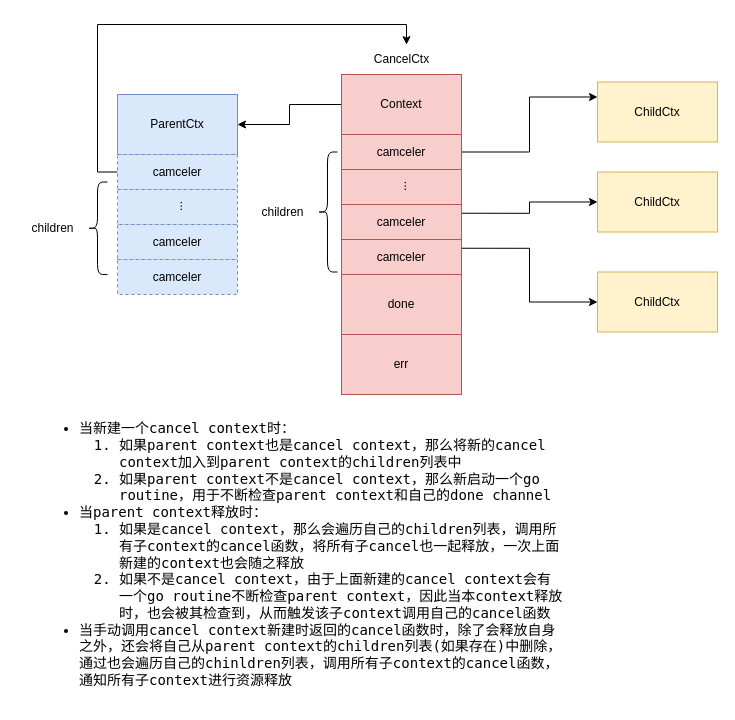
This is page "context" (4 of 4) of graph.drawio from XJT2976/codeAnalysisNote, a draw.io file, before an edit. Source tidied: cells renumbered, new cells numbered last; positions are measured from the earlier drawing's top-left corner, leaving out a move shared by most shapes. Both pictures are drawn from the tidied source at 100%, with x=0, y=0 at pixel (17, 44).
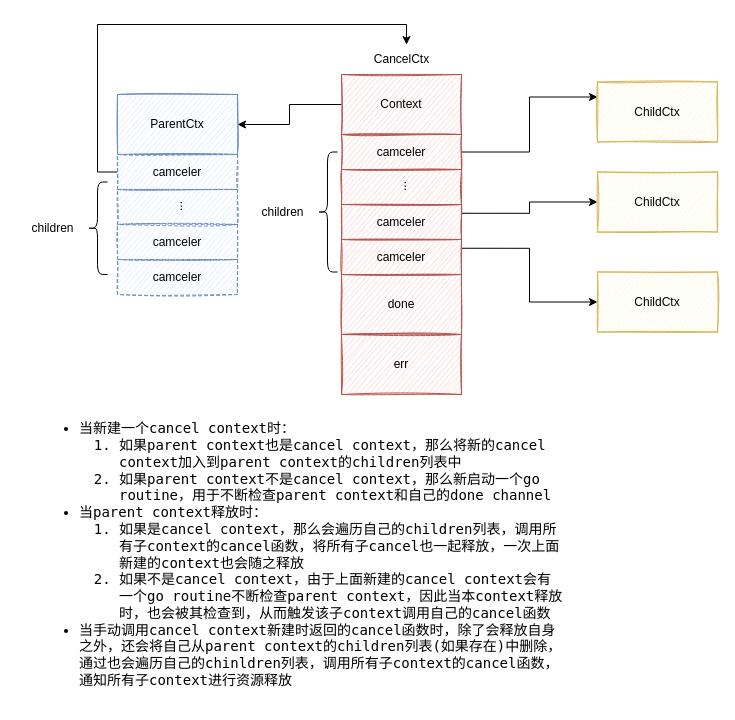
Above is the later version.

The edit, as a diff of the source:
```diff
@@
-    <mxCell id="3" value="Context" style="rounded=0;whiteSpace=wrap;html=1;fillColor=#f8cecc;strokeColor=#b85450;" parent="1" vertex="1">
+    <mxCell id="3" value="Context" style="rounded=0;whiteSpace=wrap;html=1;fillColor=#f8cecc;strokeColor=#b85450;sketch=1;" parent="1" vertex="1">
       <mxGeometry x="324" y="30" width="120" height="60" as="geometry" />
     </mxCell>
@@
-    <mxCell id="6" value="camceler" style="rounded=0;whiteSpace=wrap;html=1;fillColor=#f8cecc;strokeColor=#b85450;" parent="1" vertex="1">
+    <mxCell id="6" value="camceler" style="rounded=0;whiteSpace=wrap;html=1;fillColor=#f8cecc;strokeColor=#b85450;sketch=1;" parent="1" vertex="1">
       <mxGeometry x="324" y="90" width="120" height="35" as="geometry" />
     </mxCell>
@@
-    <mxCell id="8" value="camceler" style="rounded=0;whiteSpace=wrap;html=1;fillColor=#f8cecc;strokeColor=#b85450;" parent="1" vertex="1">
+    <mxCell id="8" value="camceler" style="rounded=0;whiteSpace=wrap;html=1;fillColor=#f8cecc;strokeColor=#b85450;sketch=1;" parent="1" vertex="1">
       <mxGeometry x="324" y="160" width="120" height="35" as="geometry" />
     </mxCell>
@@
-    <mxCell id="10" value="camceler" style="rounded=0;whiteSpace=wrap;html=1;fillColor=#f8cecc;strokeColor=#b85450;" parent="1" vertex="1">
+    <mxCell id="10" value="camceler" style="rounded=0;whiteSpace=wrap;html=1;fillColor=#f8cecc;strokeColor=#b85450;sketch=1;" parent="1" vertex="1">
       <mxGeometry x="324" y="195" width="120" height="35" as="geometry" />
     </mxCell>
-    <mxCell id="11" value="..." style="rounded=0;html=1;verticalAlign=middle;whiteSpace=wrap;fillColor=#f8cecc;strokeColor=#b85450;horizontal=0;" parent="1" vertex="1">
+    <mxCell id="11" value="..." style="rounded=0;html=1;verticalAlign=middle;whiteSpace=wrap;fillColor=#f8cecc;strokeColor=#b85450;horizontal=0;sketch=1;" parent="1" vertex="1">
       <mxGeometry x="324" y="125" width="120" height="35" as="geometry" />
     </mxCell>
-    <mxCell id="12" value="done" style="rounded=0;whiteSpace=wrap;html=1;fillColor=#f8cecc;strokeColor=#b85450;" parent="1" vertex="1">
+    <mxCell id="12" value="done" style="rounded=0;whiteSpace=wrap;html=1;fillColor=#f8cecc;strokeColor=#b85450;sketch=1;" parent="1" vertex="1">
       <mxGeometry x="324" y="230" width="120" height="60" as="geometry" />
     </mxCell>
-    <mxCell id="13" value="err" style="rounded=0;whiteSpace=wrap;html=1;fillColor=#f8cecc;strokeColor=#b85450;" parent="1" vertex="1">
+    <mxCell id="13" value="err" style="rounded=0;whiteSpace=wrap;html=1;fillColor=#f8cecc;strokeColor=#b85450;sketch=1;" parent="1" vertex="1">
       <mxGeometry x="324" y="290" width="120" height="60" as="geometry" />
     </mxCell>
-    <mxCell id="14" value="ParentCtx" style="rounded=0;whiteSpace=wrap;html=1;fillColor=#dae8fc;strokeColor=#6c8ebf;" parent="1" vertex="1">
+    <mxCell id="14" value="ParentCtx" style="rounded=0;whiteSpace=wrap;html=1;fillColor=#dae8fc;strokeColor=#6c8ebf;sketch=1;" parent="1" vertex="1">
       <mxGeometry x="100" y="50" width="120" height="60" as="geometry" />
     </mxCell>
-    <mxCell id="15" value="ChildCtx" style="rounded=0;whiteSpace=wrap;html=1;fillColor=#fff2cc;strokeColor=#d6b656;" parent="1" vertex="1">
+    <mxCell id="15" value="ChildCtx" style="rounded=0;whiteSpace=wrap;html=1;fillColor=#fff2cc;strokeColor=#d6b656;sketch=1;" parent="1" vertex="1">
       <mxGeometry x="580" y="37.5" width="120" height="60" as="geometry" />
     </mxCell>
-    <mxCell id="16" value="ChildCtx" style="rounded=0;whiteSpace=wrap;html=1;fillColor=#fff2cc;strokeColor=#d6b656;" parent="1" vertex="1">
+    <mxCell id="16" value="ChildCtx" style="rounded=0;whiteSpace=wrap;html=1;fillColor=#fff2cc;strokeColor=#d6b656;sketch=1;" parent="1" vertex="1">
       <mxGeometry x="580" y="127.5" width="120" height="60" as="geometry" />
     </mxCell>
-    <mxCell id="17" value="ChildCtx" style="rounded=0;whiteSpace=wrap;html=1;fillColor=#fff2cc;strokeColor=#d6b656;" parent="1" vertex="1">
+    <mxCell id="17" value="ChildCtx" style="rounded=0;whiteSpace=wrap;html=1;fillColor=#fff2cc;strokeColor=#d6b656;sketch=1;" parent="1" vertex="1">
       <mxGeometry x="580" y="227.5" width="120" height="60" as="geometry" />
     </mxCell>
@@
-    <mxCell id="19" value="camceler" style="rounded=0;whiteSpace=wrap;html=1;dashed=1;fillColor=#dae8fc;strokeColor=#6c8ebf;" parent="1" vertex="1">
+    <mxCell id="19" value="camceler" style="rounded=0;whiteSpace=wrap;html=1;dashed=1;fillColor=#dae8fc;strokeColor=#6c8ebf;sketch=1;" parent="1" vertex="1">
       <mxGeometry x="100" y="110" width="120" height="35" as="geometry" />
     </mxCell>
-    <mxCell id="20" value="camceler" style="rounded=0;whiteSpace=wrap;html=1;dashed=1;fillColor=#dae8fc;strokeColor=#6c8ebf;" parent="1" vertex="1">
+    <mxCell id="20" value="camceler" style="rounded=0;whiteSpace=wrap;html=1;dashed=1;fillColor=#dae8fc;strokeColor=#6c8ebf;sketch=1;" parent="1" vertex="1">
       <mxGeometry x="100" y="180" width="120" height="35" as="geometry" />
     </mxCell>
-    <mxCell id="21" value="camceler" style="rounded=0;whiteSpace=wrap;html=1;dashed=1;fillColor=#dae8fc;strokeColor=#6c8ebf;" parent="1" vertex="1">
+    <mxCell id="21" value="camceler" style="rounded=0;whiteSpace=wrap;html=1;dashed=1;fillColor=#dae8fc;strokeColor=#6c8ebf;sketch=1;" parent="1" vertex="1">
       <mxGeometry x="100" y="215" width="120" height="35" as="geometry" />
     </mxCell>
-    <mxCell id="22" value="..." style="rounded=0;html=1;verticalAlign=middle;whiteSpace=wrap;dashed=1;fillColor=#dae8fc;strokeColor=#6c8ebf;horizontal=0;" parent="1" vertex="1">
+    <mxCell id="22" value="..." style="rounded=0;html=1;verticalAlign=middle;whiteSpace=wrap;dashed=1;fillColor=#dae8fc;strokeColor=#6c8ebf;horizontal=0;sketch=1;" parent="1" vertex="1">
       <mxGeometry x="100" y="145" width="120" height="35" as="geometry" />
     </mxCell>
```
